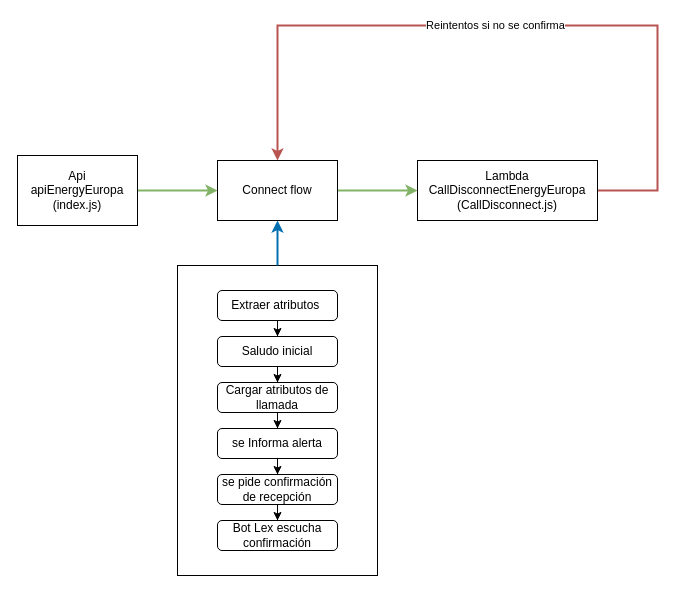
This is Omnibot/Demo_omnibot.drawio from Ever-417/diagramas, a draw.io file, before an edit. Source tidied: cells renumbered, new cells numbered last; positions are measured from the earlier drawing's top-left corner, leaving out a move shared by most shapes. Both pictures are drawn from the tidied source at 100%, with x=0, y=0 at pixel (17, 25).
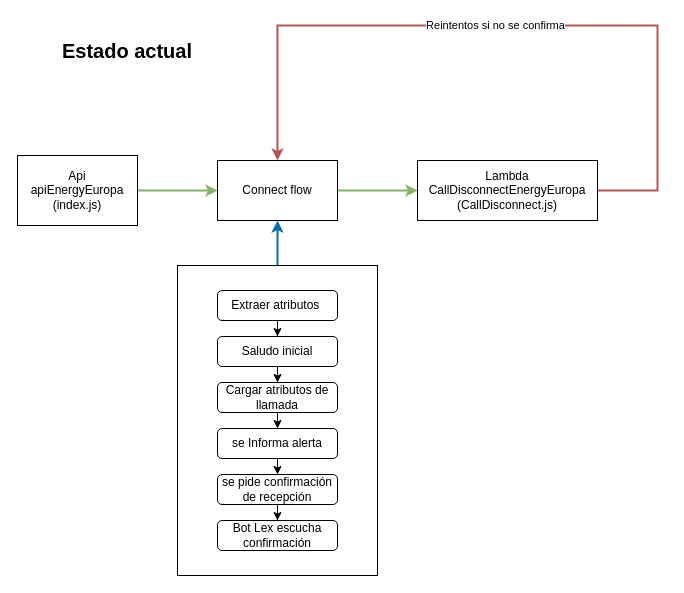
Above is the later version.

Commit message:
Actualizar Omnibot/Demo_omnibot.drawio

Change to the diagram source:
```diff
@@
+    <mxCell id="24" value="Estado actual" style="text;html=1;whiteSpace=wrap;strokeColor=none;fillColor=none;align=center;verticalAlign=middle;rounded=0;fontSize=20;fontStyle=1;" parent="1" vertex="1">
+      <mxGeometry x="30" y="10" width="160" height="30" as="geometry" />
+    </mxCell>
```
